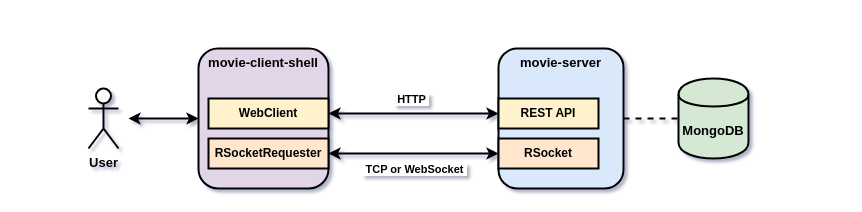
Earlier version of the draw.io diagram images/project-diagram.drawio (Prolew/movie-spring-react). Source tidied: cells renumbered, new cells numbered last; positions are measured from the earlier drawing's top-left corner, leaving out a move shared by most shapes. Both pictures are drawn from the tidied source at 100%, with x=0, y=0 at pixel (88, 48).
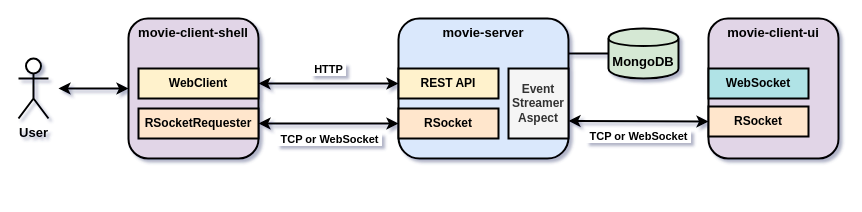
After the change.

Diff of the diagram source:
```diff
@@
     <mxCell id="2" value="&lt;b&gt;&lt;font style=&quot;font-size: 13px&quot;&gt;movie-client-shell&lt;br&gt;&lt;/font&gt;&lt;/b&gt;" style="rounded=1;whiteSpace=wrap;html=1;strokeWidth=2;verticalAlign=top;fillColor=#e1d5e7;" parent="1" vertex="1">
-      <mxGeometry x="110" width="130" height="140" as="geometry" />
+      <mxGeometry x="40" y="-30" width="130" height="140" as="geometry" />
     </mxCell>
     <mxCell id="3" value="&lt;b&gt;&lt;font style=&quot;font-size: 13px&quot;&gt;movie-server&lt;/font&gt;&lt;/b&gt;" style="rounded=1;whiteSpace=wrap;html=1;strokeWidth=2;verticalAlign=top;fillColor=#dae8fc;" parent="1" vertex="1">
-      <mxGeometry x="410" width="125" height="140" as="geometry" />
+      <mxGeometry x="310" y="-30" width="170" height="140" as="geometry" />
     </mxCell>
     <mxCell id="4" value="&lt;b&gt;&lt;font style=&quot;font-size: 13px&quot;&gt;MongoDB&lt;/font&gt;&lt;/b&gt;" style="shape=cylinder;whiteSpace=wrap;html=1;boundedLbl=1;backgroundOutline=1;strokeWidth=2;fillColor=#d5e8d4;" parent="1" vertex="1">
-      <mxGeometry x="590" y="30" width="70" height="80" as="geometry" />
+      <mxGeometry x="520" y="-20" width="70" height="50" as="geometry" />
     </mxCell>
     <mxCell id="5" value="&lt;b&gt;&lt;font style=&quot;font-size: 13px&quot;&gt;User&lt;/font&gt;&lt;/b&gt;" style="shape=umlActor;verticalLabelPosition=bottom;verticalAlign=top;html=1;strokeWidth=2;" parent="1" vertex="1">
-      <mxGeometry y="40" width="30" height="60" as="geometry" />
+      <mxGeometry x="-70" y="10" width="30" height="60" as="geometry" />
     </mxCell>
-    <mxCell id="6" style="endArrow=none;dashed=1;html=1;exitX=1;exitY=0.5;exitDx=0;exitDy=0;entryX=0;entryY=0.5;entryDx=0;entryDy=0;strokeWidth=2;" parent="1" edge="1" source="3" target="4">
+    <mxCell id="6" style="endArrow=none;html=1;exitX=1;exitY=0.25;exitDx=0;exitDy=0;entryX=0;entryY=0.5;entryDx=0;entryDy=0;strokeWidth=2;" parent="1" edge="1" source="3" target="4">
       <mxGeometry relative="1" as="geometry" />
     </mxCell>
     <mxCell id="7" style="endArrow=classic;startArrow=classic;html=1;strokeWidth=2;entryX=0;entryY=0.5;entryDx=0;entryDy=0;" parent="1" edge="1" target="2">
       <mxGeometry relative="1" as="geometry">
-        <mxPoint x="40" y="70" as="sourcePoint" />
+        <mxPoint x="-30" y="40" as="sourcePoint" />
       </mxGeometry>
     </mxCell>
     <mxCell id="8" value="&lt;b&gt;REST API&lt;/b&gt;" style="rounded=0;whiteSpace=wrap;html=1;strokeWidth=2;fillColor=#fff2cc;" parent="1" vertex="1">
-      <mxGeometry x="410" y="50" width="100" height="30" as="geometry" />
+      <mxGeometry x="310" y="20" width="100" height="30" as="geometry" />
     </mxCell>
     <mxCell id="9" value="&lt;b&gt;RSocket&lt;/b&gt;" style="rounded=0;whiteSpace=wrap;html=1;strokeWidth=2;fillColor=#ffe6cc;" parent="1" vertex="1">
-      <mxGeometry x="410" y="90" width="100" height="30" as="geometry" />
+      <mxGeometry x="310" y="60" width="100" height="30" as="geometry" />
     </mxCell>
     <mxCell id="10" value="&lt;b&gt;WebClient&lt;/b&gt;" style="rounded=0;whiteSpace=wrap;html=1;strokeWidth=2;fillColor=#fff2cc;" parent="1" vertex="1">
-      <mxGeometry x="120" y="50" width="120" height="30" as="geometry" />
+      <mxGeometry x="50" y="20" width="120" height="30" as="geometry" />
     </mxCell>
     <mxCell id="11" value="&lt;b&gt;RSocketRequester&lt;/b&gt;" style="rounded=0;whiteSpace=wrap;html=1;strokeWidth=2;fillColor=#ffe6cc;" parent="1" vertex="1">
-      <mxGeometry x="120" y="90" width="120" height="30" as="geometry" />
+      <mxGeometry x="50" y="60" width="120" height="30" as="geometry" />
     </mxCell>
@@
+    <mxCell id="16" value="&lt;b&gt;&lt;font style=&quot;font-size: 13px&quot;&gt;movie-client-ui&lt;br&gt;&lt;/font&gt;&lt;/b&gt;" style="rounded=1;whiteSpace=wrap;html=1;strokeWidth=2;verticalAlign=top;fillColor=#e1d5e7;" parent="1" vertex="1">
+      <mxGeometry x="620" y="-30" width="130" height="140" as="geometry" />
+    </mxCell>
+    <mxCell id="17" value="&lt;b&gt;RSocket&lt;/b&gt;" style="rounded=0;whiteSpace=wrap;html=1;strokeWidth=2;fillColor=#ffe6cc;" parent="1" vertex="1">
+      <mxGeometry x="620" y="58" width="100" height="30" as="geometry" />
+    </mxCell>
+    <mxCell id="18" value="&lt;b&gt;WebSocket&lt;/b&gt;" style="rounded=0;whiteSpace=wrap;html=1;strokeWidth=2;fillColor=#b0e3e6;" parent="1" vertex="1">
+      <mxGeometry x="620" y="20" width="100" height="30" as="geometry" />
+    </mxCell>
+    <mxCell id="19" value="&lt;b&gt;Event&lt;br&gt;Streamer&lt;br&gt;Aspect&lt;br&gt;&lt;/b&gt;" style="rounded=0;whiteSpace=wrap;html=1;strokeWidth=2;fillColor=#f5f5f5;fontColor=#333333;" parent="1" vertex="1">
+      <mxGeometry x="420" y="20" width="60" height="70" as="geometry" />
+    </mxCell>
+    <mxCell id="20" style="endArrow=classic;startArrow=classic;html=1;strokeWidth=2;entryX=0;entryY=0.5;entryDx=0;entryDy=0;exitX=1;exitY=0.75;exitDx=0;exitDy=0;" parent="1" edge="1" source="19" target="17">
+      <mxGeometry relative="1" as="geometry" />
+    </mxCell>
+    <mxCell id="21" value="&lt;b&gt;&amp;nbsp;TCP or WebSocket&amp;nbsp;&lt;/b&gt;" style="edgeLabel;html=1;align=center;verticalAlign=middle;" parent="20" vertex="1">
+      <mxGeometry y="-1" relative="1" as="geometry">
+        <mxPoint y="14" as="offset" />
+      </mxGeometry>
+    </mxCell>
```
